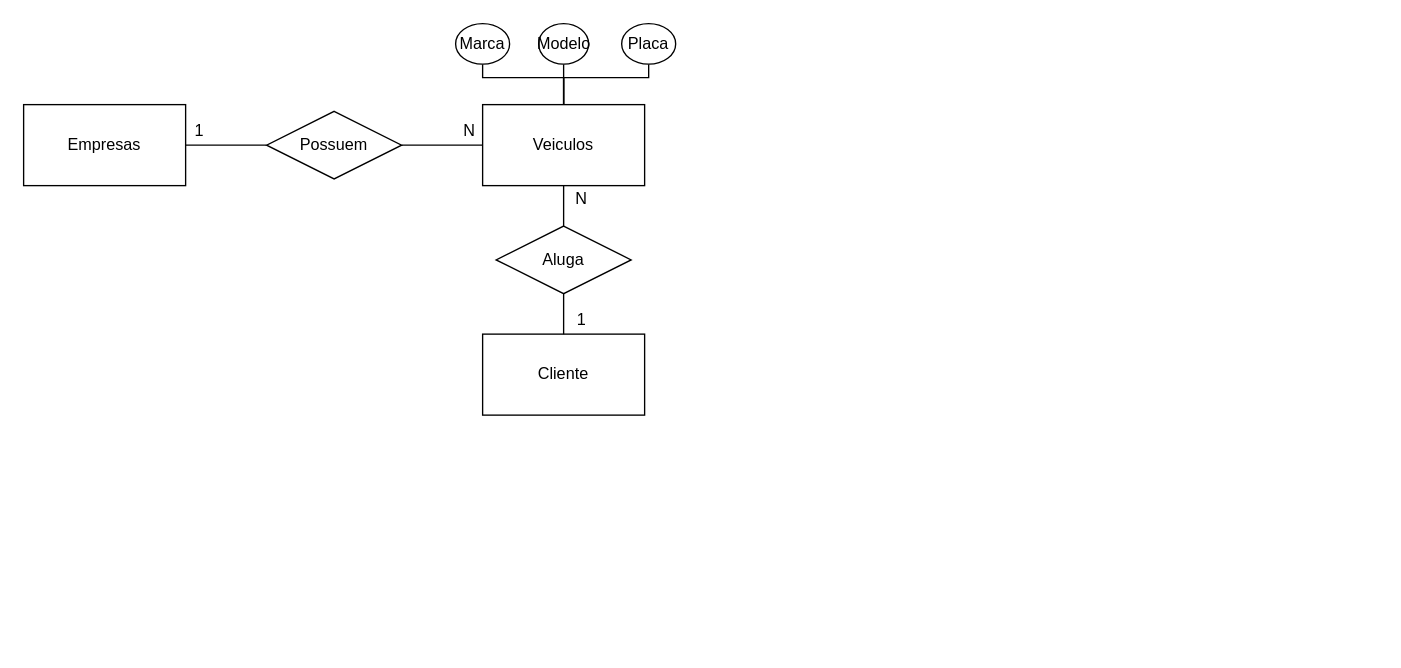
Earlier version of the draw.io diagram page "Conceitual" (1 of 2) of exercicios/1.2-exercicio-locadora/exercicio-1.2.drawio (Viniart/SENAI_1BD). Source tidied: cells renumbered, new cells numbered last; positions are measured from the earlier drawing's top-left corner, leaving out a move shared by most shapes. Both pictures are drawn from the tidied source at 135%, with x=0, y=0 at pixel (23, 23).
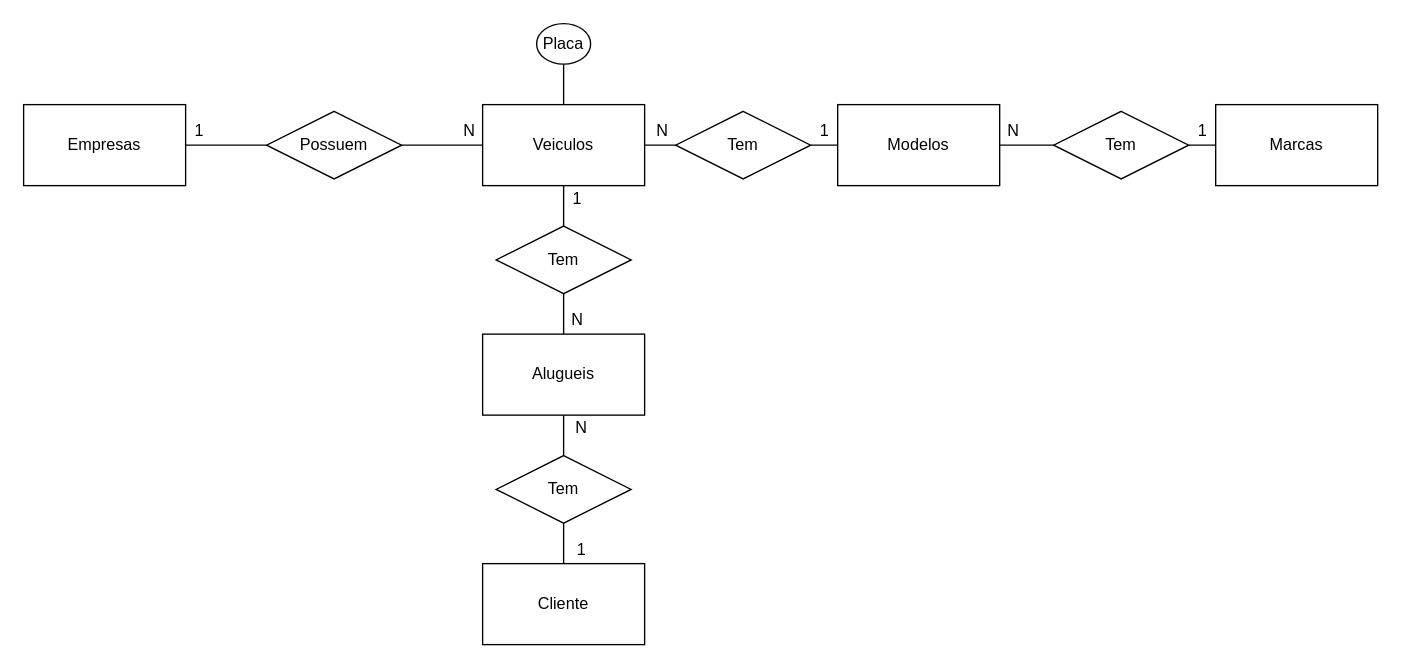
After the change.

The change refers to these unchanged cells:
```xml
<mxCell id="9" value="Veiculos" style="rounded=0;whiteSpace=wrap;html=1;" parent="1" vertex="1">
  <mxGeometry x="340" y="60" width="120" height="60" as="geometry" />
</mxCell>
```

What changed in the source:
```diff
@@
-    <mxCell id="6" style="edgeStyle=orthogonalEdgeStyle;rounded=0;jettySize=auto;html=1;entryX=0.5;entryY=1;entryDx=0;entryDy=0;endArrow=none;endFill=0;" parent="1" edge="1" source="9" target="18">
-      <mxGeometry relative="1" as="geometry" />
-    </mxCell>
-    <mxCell id="7" style="edgeStyle=orthogonalEdgeStyle;rounded=0;jettySize=auto;html=1;entryX=0.5;entryY=1;entryDx=0;entryDy=0;endArrow=none;endFill=0;" parent="1" edge="1" source="9" target="19">
-      <mxGeometry relative="1" as="geometry" />
-    </mxCell>
@@
+    <mxCell id="21" style="edgeStyle=orthogonalEdgeStyle;rounded=0;jettySize=auto;html=1;endArrow=none;endFill=0;" parent="1" edge="1" source="9" target="31">
+      <mxGeometry relative="1" as="geometry" />
+    </mxCell>
@@
+    <mxCell id="22" style="edgeStyle=orthogonalEdgeStyle;rounded=0;jettySize=auto;html=1;endArrow=none;endFill=0;" parent="1" edge="1" source="12" target="25">
+      <mxGeometry relative="1" as="geometry" />
+    </mxCell>
-    <mxCell id="12" value="Cliente" style="rounded=0;whiteSpace=wrap;html=1;" parent="1" vertex="1">
+    <mxCell id="12" value="Alugueis" style="rounded=0;whiteSpace=wrap;html=1;" parent="1" vertex="1">
       <mxGeometry x="340" y="230" width="120" height="60" as="geometry" />
     </mxCell>
@@
-    <mxCell id="15" value="Aluga" style="rhombus;whiteSpace=wrap;html=1;" parent="1" vertex="1">
+    <mxCell id="15" value="Tem" style="rhombus;whiteSpace=wrap;html=1;" parent="1" vertex="1">
       <mxGeometry x="350" y="150" width="100" height="50" as="geometry" />
     </mxCell>
     <mxCell id="16" value="1&lt;br&gt;" style="text;html=1;align=center;verticalAlign=middle;" parent="1" vertex="1">
-      <mxGeometry x="403" y="210" width="20" height="20" as="geometry" />
+      <mxGeometry x="400" y="120" width="20" height="20" as="geometry" />
     </mxCell>
     <mxCell id="17" value="N" style="text;html=1;align=center;verticalAlign=middle;" parent="1" vertex="1">
-      <mxGeometry x="403" y="120" width="20" height="20" as="geometry" />
+      <mxGeometry x="400" y="210" width="20" height="20" as="geometry" />
     </mxCell>
-    <mxCell id="18" value="Marca" style="ellipse;whiteSpace=wrap;html=1;" parent="1" vertex="1">
-      <mxGeometry x="320" width="40" height="30" as="geometry" />
-    </mxCell>
-    <mxCell id="19" value="Modelo" style="ellipse;whiteSpace=wrap;html=1;" parent="1" vertex="1">
-      <mxGeometry x="381.5" width="37" height="30" as="geometry" />
-    </mxCell>
     <mxCell id="20" value="Placa" style="ellipse;whiteSpace=wrap;html=1;" parent="1" vertex="1">
-      <mxGeometry x="443" width="40" height="30" as="geometry" />
+      <mxGeometry x="380" width="40" height="30" as="geometry" />
     </mxCell>
+    <mxCell id="23" value="Cliente" style="rounded=0;whiteSpace=wrap;html=1;" parent="1" vertex="1">
+      <mxGeometry x="340" y="400" width="120" height="60" as="geometry" />
+    </mxCell>
+    <mxCell id="24" style="edgeStyle=orthogonalEdgeStyle;rounded=0;jettySize=auto;html=1;entryX=0.5;entryY=0;entryDx=0;entryDy=0;endArrow=none;endFill=0;" parent="1" edge="1" source="25" target="23">
+      <mxGeometry relative="1" as="geometry" />
+    </mxCell>
+    <mxCell id="25" value="Tem" style="rhombus;whiteSpace=wrap;html=1;" parent="1" vertex="1">
+      <mxGeometry x="350" y="320" width="100" height="50" as="geometry" />
+    </mxCell>
+    <mxCell id="26" value="1&lt;br&gt;" style="text;html=1;align=center;verticalAlign=middle;" parent="1" vertex="1">
+      <mxGeometry x="403" y="380" width="20" height="20" as="geometry" />
+    </mxCell>
+    <mxCell id="27" value="N" style="text;html=1;align=center;verticalAlign=middle;" parent="1" vertex="1">
+      <mxGeometry x="403" y="290" width="20" height="20" as="geometry" />
+    </mxCell>
+    <mxCell id="28" style="edgeStyle=orthogonalEdgeStyle;rounded=0;jettySize=auto;html=1;endArrow=none;endFill=0;" parent="1" edge="1" source="29" target="34">
+      <mxGeometry relative="1" as="geometry" />
+    </mxCell>
+    <mxCell id="29" value="Modelos" style="rounded=0;whiteSpace=wrap;html=1;" parent="1" vertex="1">
+      <mxGeometry x="603" y="60" width="120" height="60" as="geometry" />
+    </mxCell>
+    <mxCell id="30" style="edgeStyle=orthogonalEdgeStyle;rounded=0;jettySize=auto;html=1;endArrow=none;endFill=0;" parent="1" edge="1" source="31" target="29">
+      <mxGeometry relative="1" as="geometry" />
+    </mxCell>
+    <mxCell id="31" value="Tem" style="rhombus;whiteSpace=wrap;html=1;" parent="1" vertex="1">
+      <mxGeometry x="483" y="65" width="100" height="50" as="geometry" />
+    </mxCell>
+    <mxCell id="32" value="Marcas" style="rounded=0;whiteSpace=wrap;html=1;" parent="1" vertex="1">
+      <mxGeometry x="883" y="60" width="120" height="60" as="geometry" />
+    </mxCell>
+    <mxCell id="33" style="edgeStyle=orthogonalEdgeStyle;rounded=0;jettySize=auto;html=1;endArrow=none;endFill=0;" parent="1" edge="1" source="34" target="32">
+      <mxGeometry relative="1" as="geometry" />
+    </mxCell>
+    <mxCell id="34" value="Tem" style="rhombus;whiteSpace=wrap;html=1;" parent="1" vertex="1">
+      <mxGeometry x="763" y="65" width="100" height="50" as="geometry" />
+    </mxCell>
+    <mxCell id="35" value="N" style="text;html=1;align=center;verticalAlign=middle;" parent="1" vertex="1">
+      <mxGeometry x="463" y="70" width="20" height="20" as="geometry" />
+    </mxCell>
+    <mxCell id="36" value="1" style="text;html=1;align=center;verticalAlign=middle;" parent="1" vertex="1">
+      <mxGeometry x="583" y="70" width="20" height="20" as="geometry" />
+    </mxCell>
+    <mxCell id="37" value="N" style="text;html=1;align=center;verticalAlign=middle;" parent="1" vertex="1">
+      <mxGeometry x="723" y="70" width="20" height="20" as="geometry" />
+    </mxCell>
+    <mxCell id="38" value="1" style="text;html=1;align=center;verticalAlign=middle;" parent="1" vertex="1">
+      <mxGeometry x="863" y="70" width="20" height="20" as="geometry" />
+    </mxCell>
```
